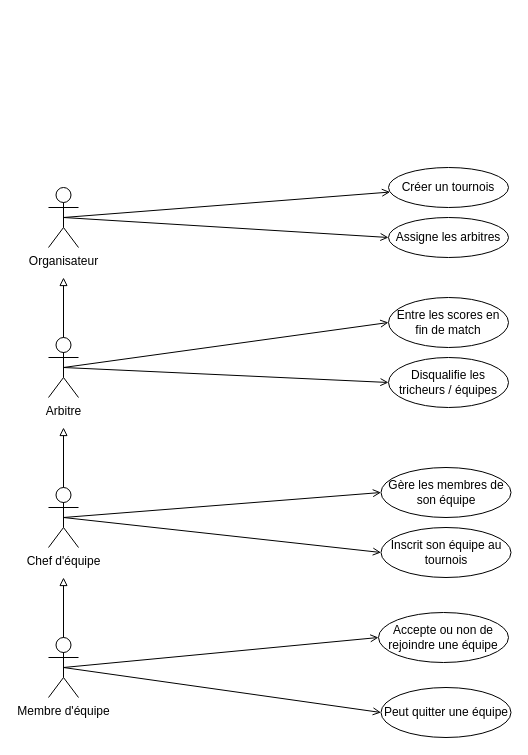
Earlier version of the draw.io diagram Documentation/UseCase.drawio (HE-Arc/Wolves-Tournament-Master). Source tidied: cells renumbered, new cells numbered last; positions are measured from the earlier drawing's top-left corner, leaving out a move shared by most shapes. Both pictures are drawn from the tidied source at 100%, with x=0, y=0 at pixel (48, 167).
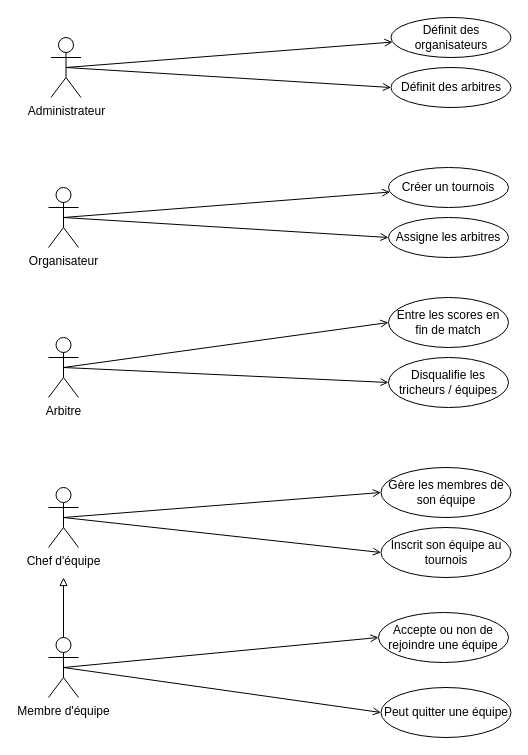
The same page after the edit.

Commit message (it also covers changes not shown here):
add schema and update userCase

Unchanged cells that the change refers to:
```xml
<mxCell id="8" value="Arbitre" style="shape=umlActor;verticalLabelPosition=bottom;verticalAlign=top;html=1;outlineConnect=0;" parent="1" vertex="1">
  <mxGeometry y="170" width="30" height="60" as="geometry" />
</mxCell>
<mxCell id="16" value="Chef d'équipe" style="shape=umlActor;verticalLabelPosition=bottom;verticalAlign=top;html=1;outlineConnect=0;" parent="1" vertex="1">
  <mxGeometry y="320" width="30" height="60" as="geometry" />
</mxCell>
```

What changed in the source:
```diff
@@
-    <mxCell id="7" style="edgeStyle=none;rounded=0;jettySize=auto;html=1;exitX=0.5;exitY=0.5;exitDx=0;exitDy=0;exitPerimeter=0;endArrow=block;endFill=0;" parent="1" edge="1" source="8">
-      <mxGeometry relative="1" as="geometry">
-        <mxPoint x="15" y="110" as="targetPoint" />
-      </mxGeometry>
-    </mxCell>
@@
-    <mxCell id="15" style="edgeStyle=none;rounded=0;jettySize=auto;html=1;exitX=0.5;exitY=0.5;exitDx=0;exitDy=0;exitPerimeter=0;endArrow=block;endFill=0;" parent="1" edge="1" source="16">
-      <mxGeometry relative="1" as="geometry">
-        <mxPoint x="15" y="260" as="targetPoint" />
-      </mxGeometry>
-    </mxCell>
@@
+    <mxCell id="25" style="rounded=0;jettySize=auto;html=1;exitX=0.5;exitY=0.5;exitDx=0;exitDy=0;exitPerimeter=0;endArrow=open;endFill=0;" parent="1" edge="1" source="27" target="28">
+      <mxGeometry relative="1" as="geometry" />
+    </mxCell>
+    <mxCell id="26" style="edgeStyle=none;rounded=0;jettySize=auto;html=1;exitX=0.5;exitY=0.5;exitDx=0;exitDy=0;exitPerimeter=0;entryX=0;entryY=0.5;entryDx=0;entryDy=0;endArrow=open;endFill=0;" parent="1" edge="1" source="27" target="29">
+      <mxGeometry relative="1" as="geometry" />
+    </mxCell>
+    <mxCell id="27" value="Administrateur" style="shape=umlActor;verticalLabelPosition=bottom;verticalAlign=top;html=1;outlineConnect=0;" parent="1" vertex="1">
+      <mxGeometry x="2.5" y="-130" width="30" height="60" as="geometry" />
+    </mxCell>
+    <mxCell id="28" value="Définit des organisateurs" style="ellipse;whiteSpace=wrap;html=1;" parent="1" vertex="1">
+      <mxGeometry x="342.5" y="-150" width="120" height="40" as="geometry" />
+    </mxCell>
+    <mxCell id="29" value="Définit des arbitres" style="ellipse;whiteSpace=wrap;html=1;" parent="1" vertex="1">
+      <mxGeometry x="342.5" y="-100" width="120" height="40" as="geometry" />
+    </mxCell>
```
